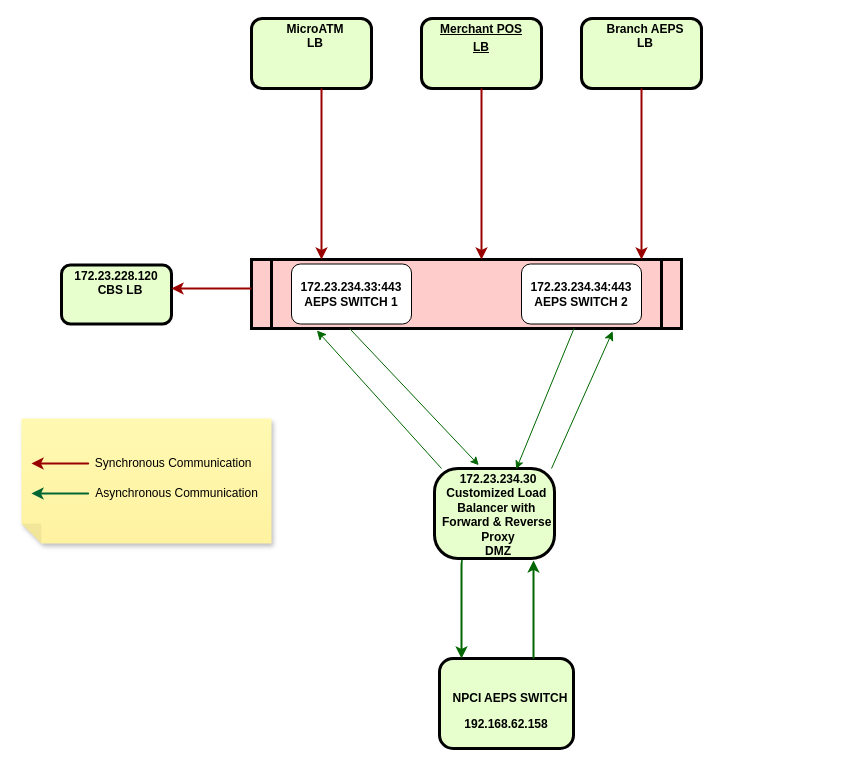
KrishnaST/corelib keeps this draw.io diagram as Untitled Diagram.drawio. Above is the earlier version. Source tidied: cells renumbered, new cells numbered last; positions are measured from the earlier drawing's top-left corner, leaving out a move shared by most shapes. Both pictures are drawn from the tidied source at 100%, with x=0, y=0 at pixel (21, 18).
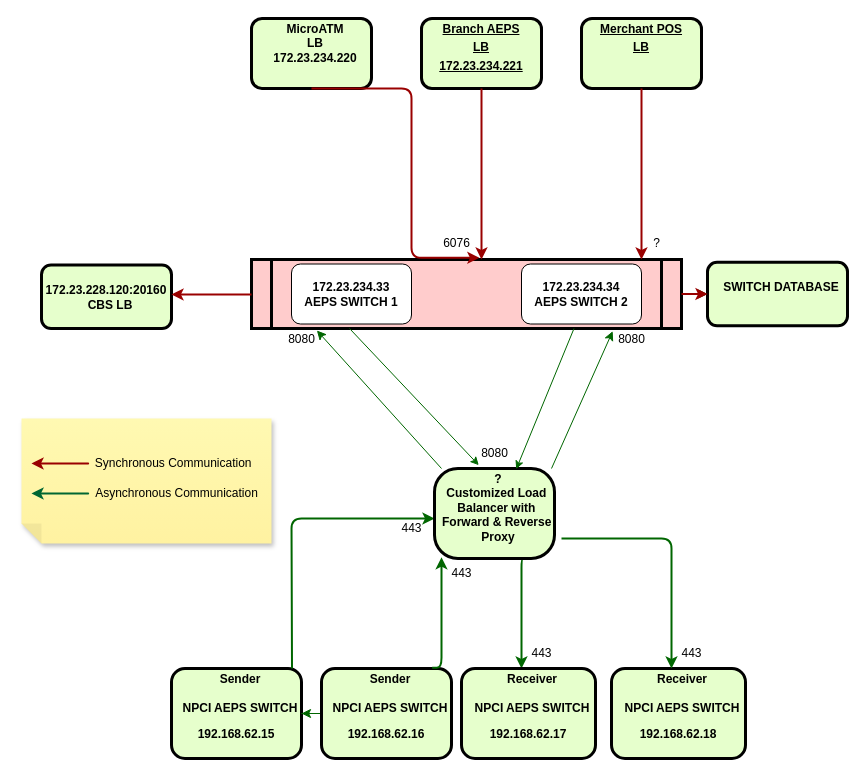
The same page after the edit.

Commit message:
IPPB FLOW

Unchanged cells that the change refers to:
```xml
<mxCell id="3" style="shape=process;whiteSpace=wrap;align=center;verticalAlign=middle;size=0.0475;fontStyle=1;strokeWidth=3;fillColor=#FFCCCC;" parent="1" vertex="1">
  <mxGeometry x="230" y="241" width="430" height="69" as="geometry" />
</mxCell>
```

The edit, as a diff of the source:
```diff
@@
-    <mxCell id="2" value="&lt;p style=&quot;margin: 0px; margin-top: 4px; text-align: center; text-decoration: underline;&quot;&gt;&lt;/p&gt;&lt;p style=&quot;margin: 0px; margin-left: 8px;&quot;&gt;MicroATM&lt;/p&gt;&lt;p style=&quot;margin: 0px; margin-left: 8px;&quot;&gt;LB&lt;/p&gt;&lt;p style=&quot;margin: 0px; margin-left: 8px;&quot;&gt;&lt;br&gt;&lt;/p&gt;" style="verticalAlign=middle;align=center;overflow=fill;fontSize=12;fontFamily=Helvetica;html=1;rounded=1;fontStyle=1;strokeWidth=3;fillColor=#E6FFCC;" parent="1" vertex="1">
+    <mxCell id="2" value="&lt;p style=&quot;margin: 0px; margin-top: 4px; text-align: center; text-decoration: underline;&quot;&gt;&lt;/p&gt;&lt;p style=&quot;margin: 0px; margin-left: 8px;&quot;&gt;MicroATM&lt;/p&gt;&lt;p style=&quot;margin: 0px; margin-left: 8px;&quot;&gt;LB&lt;/p&gt;&lt;p style=&quot;margin: 0px; margin-left: 8px;&quot;&gt;172.23.234.220&lt;/p&gt;" style="verticalAlign=middle;align=center;overflow=fill;fontSize=12;fontFamily=Helvetica;html=1;rounded=1;fontStyle=1;strokeWidth=3;fillColor=#E6FFCC;" parent="1" vertex="1">
       <mxGeometry x="230" width="120" height="70" as="geometry" />
     </mxCell>
+    <mxCell id="28" style="edgeStyle=orthogonalEdgeStyle;rounded=0;jettySize=auto;html=1;strokeColor=#006600;endSize=7;" parent="1" edge="1" source="3" target="39">
+      <mxGeometry relative="1" as="geometry" />
+    </mxCell>
@@
-    <mxCell id="4" value="&lt;p style=&quot;margin: 0px; margin-top: 4px; text-align: center; text-decoration: underline;&quot;&gt;Merchant POS&lt;/p&gt;&lt;p style=&quot;margin: 0px; margin-top: 4px; text-align: center; text-decoration: underline;&quot;&gt;LB&lt;/p&gt;" style="verticalAlign=middle;align=center;overflow=fill;fontSize=12;fontFamily=Helvetica;html=1;rounded=1;fontStyle=1;strokeWidth=3;fillColor=#E6FFCC;" parent="1" vertex="1">
+    <mxCell id="4" value="&lt;p style=&quot;margin: 4px 0px 0px;&quot;&gt;&lt;u&gt;Branch AEPS&lt;/u&gt;&lt;/p&gt;&lt;p style=&quot;margin: 4px 0px 0px;&quot;&gt;&lt;u&gt;LB&lt;/u&gt;&lt;/p&gt;&lt;p style=&quot;margin: 4px 0px 0px;&quot;&gt;&lt;u&gt;172.23.234.221&lt;/u&gt;&lt;/p&gt;" style="verticalAlign=middle;align=center;overflow=fill;fontSize=12;fontFamily=Helvetica;html=1;rounded=1;fontStyle=1;strokeWidth=3;fillColor=#E6FFCC;" parent="1" vertex="1">
       <mxGeometry x="400" width="120" height="70" as="geometry" />
     </mxCell>
-    <mxCell id="5" value="&lt;p style=&quot;margin: 0px; margin-top: 4px; text-align: center; text-decoration: underline;&quot;&gt;&lt;/p&gt;&lt;p style=&quot;margin: 0px; margin-left: 8px;&quot;&gt;Branch AEPS&lt;/p&gt;&lt;p style=&quot;margin: 0px; margin-left: 8px;&quot;&gt;LB&lt;/p&gt;&lt;p style=&quot;margin: 0px; margin-left: 8px;&quot;&gt;&lt;br&gt;&lt;/p&gt;" style="verticalAlign=middle;align=center;overflow=fill;fontSize=12;fontFamily=Helvetica;html=1;rounded=1;fontStyle=1;strokeWidth=3;fillColor=#E6FFCC;" parent="1" vertex="1">
+    <mxCell id="5" value="&lt;p style=&quot;margin: 0px; margin-top: 4px; text-align: center; text-decoration: underline;&quot;&gt;&lt;/p&gt;&lt;p style=&quot;text-decoration-line: underline; margin: 4px 0px 0px;&quot;&gt;Merchant POS&lt;/p&gt;&lt;p style=&quot;text-decoration-line: underline; margin: 4px 0px 0px;&quot;&gt;LB&lt;/p&gt;" style="verticalAlign=middle;align=center;overflow=fill;fontSize=12;fontFamily=Helvetica;html=1;rounded=1;fontStyle=1;strokeWidth=3;fillColor=#E6FFCC;" parent="1" vertex="1">
       <mxGeometry x="560" width="120" height="70" as="geometry" />
     </mxCell>
-    <mxCell id="6" value="&lt;p style=&quot;margin: 0px; margin-top: 4px; text-align: center; text-decoration: underline;&quot;&gt;&lt;/p&gt;172.23.228.120&lt;br&gt;&lt;p style=&quot;margin: 0px; margin-left: 8px;&quot;&gt;&lt;span style=&quot;background-color: initial;&quot;&gt;CBS LB&lt;/span&gt;&lt;br&gt;&lt;/p&gt;" style="verticalAlign=middle;align=center;overflow=fill;fontSize=12;fontFamily=Helvetica;html=1;rounded=1;fontStyle=1;strokeWidth=3;fillColor=#E6FFCC;" parent="1" vertex="1">
-      <mxGeometry x="40" y="246.5" width="110" height="59" as="geometry" />
+    <mxCell id="6" value="&lt;p style=&quot;margin: 0px; margin-top: 4px; text-align: center; text-decoration: underline;&quot;&gt;&lt;/p&gt;&lt;br&gt;172.23.228.120:20160&lt;br&gt;&lt;p style=&quot;margin: 0px; margin-left: 8px;&quot;&gt;&lt;span style=&quot;background-color: initial;&quot;&gt;CBS LB&lt;/span&gt;&lt;br&gt;&lt;/p&gt;" style="verticalAlign=middle;align=center;overflow=fill;fontSize=12;fontFamily=Helvetica;html=1;rounded=1;fontStyle=1;strokeWidth=3;fillColor=#E6FFCC;" parent="1" vertex="1">
+      <mxGeometry x="20" y="246.5" width="130" height="63.5" as="geometry" />
     </mxCell>
-    <mxCell id="7" value="&lt;p style=&quot;margin: 0px; margin-top: 4px; text-align: center; text-decoration: underline;&quot;&gt;&lt;/p&gt;&lt;p style=&quot;margin: 0px; margin-left: 8px;&quot;&gt;&lt;br&gt;&lt;/p&gt;&lt;p style=&quot;margin: 0px; margin-left: 8px;&quot;&gt;&lt;br&gt;&lt;/p&gt;&lt;p style=&quot;margin: 0px; margin-left: 8px;&quot;&gt;NPCI AEPS SWITCH&lt;/p&gt;&lt;p align=&quot;center&quot; class=&quot;MsoNormal&quot;&gt;&lt;span lang=&quot;EN-US&quot;&gt;192.168.62.158&lt;/span&gt;&lt;/p&gt;" style="verticalAlign=middle;align=center;overflow=fill;fontSize=12;fontFamily=Helvetica;html=1;rounded=1;fontStyle=1;strokeWidth=3;fillColor=#E6FFCC;" parent="1" vertex="1">
-      <mxGeometry x="418" y="640" width="134" height="90" as="geometry" />
+    <mxCell id="7" value="&lt;p style=&quot;margin: 0px; margin-top: 4px; text-align: center; text-decoration: underline;&quot;&gt;&lt;/p&gt;&lt;p style=&quot;margin: 0px; margin-left: 8px;&quot;&gt;&lt;span style=&quot;background-color: initial;&quot;&gt;Sender&lt;/span&gt;&lt;br&gt;&lt;/p&gt;&lt;p style=&quot;margin: 0px; margin-left: 8px;&quot;&gt;&lt;span style=&quot;background-color: initial;&quot;&gt;&lt;br&gt;&lt;/span&gt;&lt;/p&gt;&lt;p style=&quot;margin: 0px; margin-left: 8px;&quot;&gt;NPCI AEPS SWITCH&lt;/p&gt;&lt;p align=&quot;center&quot; class=&quot;MsoNormal&quot;&gt;&lt;span lang=&quot;EN-US&quot;&gt;192.168.62.15&lt;/span&gt;&lt;/p&gt;" style="verticalAlign=middle;align=center;overflow=fill;fontSize=12;fontFamily=Helvetica;html=1;rounded=1;fontStyle=1;strokeWidth=3;fillColor=#E6FFCC;" parent="1" vertex="1">
+      <mxGeometry x="150" y="650" width="130" height="90" as="geometry" />
     </mxCell>
-    <mxCell id="8" style="edgeStyle=elbowEdgeStyle;elbow=horizontal;strokeColor=#990000;strokeWidth=2;" parent="1" edge="1" source="2" target="3">
+    <mxCell id="8" style="edgeStyle=elbowEdgeStyle;elbow=horizontal;strokeColor=#990000;strokeWidth=2;entryX=0.53;entryY=-0.024;entryDx=0;entryDy=0;entryPerimeter=0;exitX=0.5;exitY=1;exitDx=0;exitDy=0;" parent="1" edge="1" source="2" target="3">
       <mxGeometry relative="1" as="geometry">
         <Array as="points">
+          <mxPoint x="390" y="90" />
+          <mxPoint x="420" y="200" />
+          <mxPoint x="290" y="100" />
+          <mxPoint x="350" y="100" />
+          <mxPoint x="360" y="80" />
+          <mxPoint x="420" y="220" />
+          <mxPoint x="390" y="170" />
+          <mxPoint x="360" y="100" />
+          <mxPoint x="460" y="240" />
           <mxPoint x="300" y="80" />
           <mxPoint x="260" y="50" />
           <mxPoint x="280" y="70" />
           <mxPoint x="290" y="100" />
           <mxPoint x="300" y="120" />
           <mxPoint x="280" y="210" />
         </Array>
       </mxGeometry>
     </mxCell>
@@
-    <mxCell id="11" style="edgeStyle=elbowEdgeStyle;elbow=horizontal;strokeColor=#006600;strokeWidth=2;exitX=0.25;exitY=1;exitDx=0;exitDy=0;" parent="1" edge="1" source="23">
+    <mxCell id="11" style="edgeStyle=elbowEdgeStyle;elbow=horizontal;strokeColor=#006600;strokeWidth=2;exitX=0.75;exitY=1;exitDx=0;exitDy=0;" parent="1" edge="1" source="23">
       <mxGeometry relative="1" as="geometry">
-        <mxPoint x="440" y="640" as="targetPoint" />
+        <mxPoint x="500" y="650" as="targetPoint" />
         <Array as="points">
+          <mxPoint x="500" y="600" />
+          <mxPoint x="500" y="660" />
+          <mxPoint x="500" y="640" />
+          <mxPoint x="500" y="630" />
+          <mxPoint x="500" y="650" />
+          <mxPoint x="440" y="590" />
+          <mxPoint x="430" y="610" />
+          <mxPoint x="440" y="600" />
+          <mxPoint x="440" y="620" />
+          <mxPoint x="440" y="630" />
+          <mxPoint x="440" y="650" />
           <mxPoint x="440" y="580" />
-          <mxPoint x="430" y="600" />
-          <mxPoint x="440" y="590" />
-          <mxPoint x="440" y="610" />
-          <mxPoint x="440" y="620" />
-          <mxPoint x="440" y="640" />
-          <mxPoint x="440" y="570" />
-          <mxPoint x="380" y="410" />
-          <mxPoint x="360" y="410" />
-          <mxPoint x="390" y="320" />
+          <mxPoint x="380" y="420" />
+          <mxPoint x="360" y="420" />
+          <mxPoint x="390" y="330" />
         </Array>
       </mxGeometry>
     </mxCell>
-    <mxCell id="12" style="edgeStyle=elbowEdgeStyle;elbow=horizontal;strokeColor=#006600;strokeWidth=2;entryX=0.828;entryY=1.022;entryDx=0;entryDy=0;entryPerimeter=0;" parent="1" edge="1" source="7" target="23">
+    <mxCell id="12" style="edgeStyle=elbowEdgeStyle;elbow=horizontal;strokeColor=#006600;strokeWidth=2;" parent="1" edge="1">
       <mxGeometry relative="1" as="geometry">
+        <mxPoint x="270.5" y="650" as="sourcePoint" />
+        <mxPoint x="413" y="500" as="targetPoint" />
         <Array as="points">
-          <mxPoint x="512" y="590" />
-          <mxPoint x="510" y="570" />
-          <mxPoint x="500" y="580" />
-          <mxPoint x="410" y="550" />
-          <mxPoint x="410" y="490" />
-          <mxPoint x="520" y="410" />
-          <mxPoint x="480" y="470" />
-          <mxPoint x="490" y="440" />
-          <mxPoint x="450" y="430" />
-          <mxPoint x="440" y="400" />
-          <mxPoint x="410" y="320" />
+          <mxPoint x="270" y="570" />
+          <mxPoint x="313" y="510" />
+          <mxPoint x="193" y="590" />
+          <mxPoint x="233" y="550" />
+          <mxPoint x="243" y="540" />
+          <mxPoint x="293" y="520" />
+          <mxPoint x="465" y="540" />
+          <mxPoint x="463" y="520" />
+          <mxPoint x="453" y="530" />
+          <mxPoint x="363" y="500" />
+          <mxPoint x="363" y="440" />
+          <mxPoint x="473" y="360" />
+          <mxPoint x="433" y="420" />
+          <mxPoint x="443" y="390" />
+          <mxPoint x="403" y="380" />
+          <mxPoint x="393" y="350" />
+          <mxPoint x="363" y="270" />
         </Array>
       </mxGeometry>
     </mxCell>
     <mxCell id="13" style="edgeStyle=elbowEdgeStyle;elbow=horizontal;strokeColor=#990000;strokeWidth=2;" parent="1" edge="1" source="3" target="6">
       <mxGeometry relative="1" as="geometry">
         <Array as="points">
+          <mxPoint x="190" y="276" />
           <mxPoint x="170" y="270" />
           <mxPoint x="200" y="266" />
           <mxPoint x="250" y="320" />
         </Array>
       </mxGeometry>
     </mxCell>
@@
-    <mxCell id="21" value="&lt;b&gt;172.23.234.33:443&lt;/b&gt;&lt;br&gt;&lt;b&gt;AEPS SWITCH 1&lt;/b&gt;" style="rounded=1;whiteSpace=wrap;html=1;" parent="1" vertex="1">
+    <mxCell id="21" value="&lt;b&gt;172.23.234.33&lt;/b&gt;&lt;br&gt;&lt;b&gt;AEPS SWITCH 1&lt;/b&gt;" style="rounded=1;whiteSpace=wrap;html=1;" parent="1" vertex="1">
       <mxGeometry x="270" y="245.5" width="120" height="60" as="geometry" />
     </mxCell>
-    <mxCell id="22" value="&lt;b&gt;172.23.234.34:443&lt;br&gt;AEPS SWITCH 2&lt;/b&gt;" style="rounded=1;whiteSpace=wrap;html=1;" parent="1" vertex="1">
+    <mxCell id="22" value="&lt;b&gt;172.23.234.34&lt;br&gt;AEPS SWITCH 2&lt;/b&gt;" style="rounded=1;whiteSpace=wrap;html=1;" parent="1" vertex="1">
       <mxGeometry x="500" y="245.5" width="120" height="60" as="geometry" />
     </mxCell>
-    <mxCell id="23" value="&lt;p style=&quot;margin: 0px; margin-top: 4px; text-align: center; text-decoration: underline;&quot;&gt;&lt;/p&gt;&lt;p style=&quot;margin: 0px; margin-left: 8px;&quot;&gt;&lt;span style=&quot;background-color: initial;&quot;&gt;172.23.234.30&lt;/span&gt;&lt;/p&gt;&lt;p style=&quot;margin: 0px; margin-left: 8px;&quot;&gt;&lt;span style=&quot;background-color: initial;&quot;&gt;Customized Load&amp;nbsp;&lt;/span&gt;&lt;/p&gt;&lt;p style=&quot;margin: 0px; margin-left: 8px;&quot;&gt;Balancer with&amp;nbsp;&lt;/p&gt;&lt;p style=&quot;margin: 0px; margin-left: 8px;&quot;&gt;Forward &amp;amp; Reverse&amp;nbsp;&lt;/p&gt;&lt;p style=&quot;margin: 0px; margin-left: 8px;&quot;&gt;Proxy&lt;/p&gt;&lt;p style=&quot;margin: 0px; margin-left: 8px;&quot;&gt;DMZ&lt;/p&gt;&lt;p style=&quot;margin: 0px; margin-left: 8px;&quot;&gt;&lt;br&gt;&lt;/p&gt;" style="verticalAlign=middle;align=center;overflow=fill;fontSize=12;fontFamily=Helvetica;html=1;rounded=1;fontStyle=1;strokeWidth=3;fillColor=#E6FFCC;arcSize=26;" parent="1" vertex="1">
+    <mxCell id="23" value="&lt;p style=&quot;margin: 0px; margin-top: 4px; text-align: center; text-decoration: underline;&quot;&gt;&lt;/p&gt;&lt;p style=&quot;margin: 0px; margin-left: 8px;&quot;&gt;&lt;span style=&quot;background-color: initial;&quot;&gt;?&lt;/span&gt;&lt;/p&gt;&lt;p style=&quot;margin: 0px; margin-left: 8px;&quot;&gt;&lt;span style=&quot;background-color: initial;&quot;&gt;Customized Load&amp;nbsp;&lt;/span&gt;&lt;br&gt;&lt;/p&gt;&lt;p style=&quot;margin: 0px; margin-left: 8px;&quot;&gt;Balancer with&amp;nbsp;&lt;/p&gt;&lt;p style=&quot;margin: 0px; margin-left: 8px;&quot;&gt;Forward &amp;amp; Reverse&amp;nbsp;&lt;/p&gt;&lt;p style=&quot;margin: 0px; margin-left: 8px;&quot;&gt;Proxy&lt;/p&gt;&lt;p style=&quot;margin: 0px; margin-left: 8px;&quot;&gt;&lt;br&gt;&lt;/p&gt;&lt;p style=&quot;margin: 0px; margin-left: 8px;&quot;&gt;&lt;br&gt;&lt;/p&gt;" style="verticalAlign=middle;align=center;overflow=fill;fontSize=12;fontFamily=Helvetica;html=1;rounded=1;fontStyle=1;strokeWidth=3;fillColor=#E6FFCC;arcSize=26;" parent="1" vertex="1">
       <mxGeometry x="413" y="450" width="120" height="90" as="geometry" />
     </mxCell>
@@
+    <mxCell id="29" value="&lt;p style=&quot;margin: 0px; margin-top: 4px; text-align: center; text-decoration: underline;&quot;&gt;&lt;/p&gt;&lt;p style=&quot;margin: 0px; margin-left: 8px;&quot;&gt;Receiver&lt;/p&gt;&lt;p style=&quot;margin: 0px; margin-left: 8px;&quot;&gt;&lt;br&gt;&lt;/p&gt;&lt;p style=&quot;margin: 0px; margin-left: 8px;&quot;&gt;NPCI AEPS SWITCH&lt;/p&gt;&lt;p align=&quot;center&quot; class=&quot;MsoNormal&quot;&gt;&lt;span lang=&quot;EN-US&quot;&gt;192.168.62.18&lt;/span&gt;&lt;/p&gt;&lt;p align=&quot;center&quot; class=&quot;MsoNormal&quot;&gt;&lt;span lang=&quot;EN-US&quot;&gt;&lt;br&gt;&lt;/span&gt;&lt;/p&gt;" style="verticalAlign=middle;align=center;overflow=fill;fontSize=12;fontFamily=Helvetica;html=1;rounded=1;fontStyle=1;strokeWidth=3;fillColor=#E6FFCC;" parent="1" vertex="1">
+      <mxGeometry x="590" y="650" width="134" height="90" as="geometry" />
+    </mxCell>
+    <mxCell id="30" style="edgeStyle=orthogonalEdgeStyle;rounded=0;jettySize=auto;html=1;strokeColor=#006600;endSize=7;" parent="1" edge="1" source="31" target="7">
+      <mxGeometry relative="1" as="geometry" />
+    </mxCell>
+    <mxCell id="31" value="&lt;p style=&quot;margin: 0px; margin-top: 4px; text-align: center; text-decoration: underline;&quot;&gt;&lt;/p&gt;&lt;p style=&quot;margin: 0px; margin-left: 8px;&quot;&gt;&lt;span style=&quot;background-color: initial;&quot;&gt;Sender&lt;/span&gt;&lt;br&gt;&lt;/p&gt;&lt;p style=&quot;margin: 0px; margin-left: 8px;&quot;&gt;&lt;span style=&quot;background-color: initial;&quot;&gt;&lt;br&gt;&lt;/span&gt;&lt;/p&gt;&lt;p style=&quot;margin: 0px; margin-left: 8px;&quot;&gt;NPCI AEPS SWITCH&lt;/p&gt;&lt;p align=&quot;center&quot; class=&quot;MsoNormal&quot;&gt;&lt;span lang=&quot;EN-US&quot;&gt;192.168.62.16&lt;/span&gt;&lt;/p&gt;" style="verticalAlign=middle;align=center;overflow=fill;fontSize=12;fontFamily=Helvetica;html=1;rounded=1;fontStyle=1;strokeWidth=3;fillColor=#E6FFCC;" parent="1" vertex="1">
+      <mxGeometry x="300" y="650" width="130" height="90" as="geometry" />
+    </mxCell>
+    <mxCell id="32" value="&lt;p style=&quot;margin: 0px; margin-top: 4px; text-align: center; text-decoration: underline;&quot;&gt;&lt;/p&gt;&lt;p style=&quot;margin: 0px; margin-left: 8px;&quot;&gt;Receiver&lt;/p&gt;&lt;p style=&quot;margin: 0px; margin-left: 8px;&quot;&gt;&lt;br&gt;&lt;/p&gt;&lt;p style=&quot;margin: 0px; margin-left: 8px;&quot;&gt;NPCI AEPS SWITCH&lt;/p&gt;&lt;p align=&quot;center&quot; class=&quot;MsoNormal&quot;&gt;&lt;span lang=&quot;EN-US&quot;&gt;192.168.62.17&lt;/span&gt;&lt;/p&gt;" style="verticalAlign=middle;align=center;overflow=fill;fontSize=12;fontFamily=Helvetica;html=1;rounded=1;fontStyle=1;strokeWidth=3;fillColor=#E6FFCC;" parent="1" vertex="1">
+      <mxGeometry x="440" y="650" width="134" height="90" as="geometry" />
+    </mxCell>
+    <mxCell id="33" style="edgeStyle=elbowEdgeStyle;elbow=horizontal;strokeColor=#006600;strokeWidth=2;" parent="1" edge="1">
+      <mxGeometry relative="1" as="geometry">
+        <mxPoint x="540" y="520" as="sourcePoint" />
+        <mxPoint x="650" y="650" as="targetPoint" />
+        <Array as="points">
+          <mxPoint x="650" y="580" />
+          <mxPoint x="660" y="650" />
+          <mxPoint x="660" y="630" />
+          <mxPoint x="660" y="620" />
+          <mxPoint x="660" y="640" />
+          <mxPoint x="600" y="580" />
+          <mxPoint x="590" y="600" />
+          <mxPoint x="600" y="590" />
+          <mxPoint x="600" y="610" />
+          <mxPoint x="600" y="620" />
+          <mxPoint x="600" y="640" />
+          <mxPoint x="600" y="570" />
+          <mxPoint x="540" y="410" />
+          <mxPoint x="520" y="410" />
+          <mxPoint x="550" y="320" />
+        </Array>
+      </mxGeometry>
+    </mxCell>
+    <mxCell id="34" style="edgeStyle=elbowEdgeStyle;elbow=horizontal;strokeColor=#006600;strokeWidth=2;exitX=0.851;exitY=-0.007;exitDx=0;exitDy=0;exitPerimeter=0;entryX=0.064;entryY=0.985;entryDx=0;entryDy=0;entryPerimeter=0;" parent="1" edge="1" source="31" target="23">
+      <mxGeometry relative="1" as="geometry">
+        <Array as="points">
+          <mxPoint x="420" y="540" />
+          <mxPoint x="420" y="580" />
+          <mxPoint x="363" y="520" />
+          <mxPoint x="243" y="600" />
+          <mxPoint x="283" y="560" />
+          <mxPoint x="293" y="550" />
+          <mxPoint x="343" y="530" />
+          <mxPoint x="515" y="550" />
+          <mxPoint x="513" y="530" />
+          <mxPoint x="503" y="540" />
+          <mxPoint x="413" y="510" />
+          <mxPoint x="413" y="450" />
+          <mxPoint x="523" y="370" />
+          <mxPoint x="483" y="430" />
+          <mxPoint x="493" y="400" />
+          <mxPoint x="453" y="390" />
+          <mxPoint x="443" y="360" />
+          <mxPoint x="413" y="280" />
+        </Array>
+      </mxGeometry>
+    </mxCell>
+    <mxCell id="35" value="6076" style="text;html=1;align=center;verticalAlign=middle;fillColor=none;strokeColor=none;rounded=0;" parent="1" vertex="1">
+      <mxGeometry x="410" y="210" width="50" height="30" as="geometry" />
+    </mxCell>
+    <mxCell id="36" value="?" style="text;html=1;align=center;verticalAlign=middle;fillColor=none;strokeColor=none;rounded=0;" parent="1" vertex="1">
+      <mxGeometry x="620" y="210" width="30" height="30" as="geometry" />
+    </mxCell>
+    <mxCell id="37" value="8080" style="text;html=1;align=center;verticalAlign=middle;fillColor=none;strokeColor=none;rounded=0;" parent="1" vertex="1">
+      <mxGeometry x="255" y="305.5" width="50" height="30" as="geometry" />
+    </mxCell>
+    <mxCell id="38" value="8080" style="text;html=1;align=center;verticalAlign=middle;fillColor=none;strokeColor=none;rounded=0;" parent="1" vertex="1">
+      <mxGeometry x="585" y="305.5" width="50" height="30" as="geometry" />
+    </mxCell>
+    <mxCell id="39" value="&lt;p style=&quot;margin: 0px; margin-top: 4px; text-align: center; text-decoration: underline;&quot;&gt;&lt;/p&gt;&lt;br&gt;&lt;p style=&quot;margin: 0px; margin-left: 8px;&quot;&gt;&lt;span style=&quot;background-color: initial;&quot;&gt;SWITCH DATABASE&lt;/span&gt;&lt;br&gt;&lt;/p&gt;&lt;p style=&quot;margin: 0px; margin-left: 8px;&quot;&gt;&lt;span style=&quot;background-color: initial;&quot;&gt;&lt;br&gt;&lt;/span&gt;&lt;/p&gt;" style="verticalAlign=middle;align=center;overflow=fill;fontSize=12;fontFamily=Helvetica;html=1;rounded=1;fontStyle=1;strokeWidth=3;fillColor=#E6FFCC;" parent="1" vertex="1">
+      <mxGeometry x="686" y="243.8" width="140" height="63.5" as="geometry" />
+    </mxCell>
+    <mxCell id="40" style="edgeStyle=elbowEdgeStyle;elbow=horizontal;strokeColor=#990000;strokeWidth=2;entryX=0;entryY=0.5;entryDx=0;entryDy=0;exitX=1;exitY=0.5;exitDx=0;exitDy=0;" parent="1" edge="1" source="3" target="39">
+      <mxGeometry relative="1" as="geometry">
+        <Array as="points">
+          <mxPoint x="680" y="276" />
+          <mxPoint x="710" y="260" />
+          <mxPoint x="650" y="280" />
+          <mxPoint x="630" y="274" />
+          <mxPoint x="660" y="270" />
+          <mxPoint x="710" y="324" />
+        </Array>
+      </mxGeometry>
+    </mxCell>
+    <mxCell id="41" value="443" style="text;html=1;align=center;verticalAlign=middle;fillColor=none;strokeColor=none;rounded=0;" parent="1" vertex="1">
+      <mxGeometry x="370" y="495" width="40" height="30" as="geometry" />
+    </mxCell>
+    <mxCell id="42" value="443" style="text;html=1;align=center;verticalAlign=middle;fillColor=none;strokeColor=none;rounded=0;" parent="1" vertex="1">
+      <mxGeometry x="500" y="620" width="40" height="30" as="geometry" />
+    </mxCell>
+    <mxCell id="43" value="443" style="text;html=1;align=center;verticalAlign=middle;fillColor=none;strokeColor=none;rounded=0;" parent="1" vertex="1">
+      <mxGeometry x="420" y="540" width="40" height="30" as="geometry" />
+    </mxCell>
+    <mxCell id="44" value="443" style="text;html=1;align=center;verticalAlign=middle;fillColor=none;strokeColor=none;rounded=0;" parent="1" vertex="1">
+      <mxGeometry x="650" y="620" width="40" height="30" as="geometry" />
+    </mxCell>
+    <mxCell id="45" value="8080" style="text;html=1;align=center;verticalAlign=middle;fillColor=none;strokeColor=none;rounded=0;" parent="1" vertex="1">
+      <mxGeometry x="448" y="420" width="50" height="30" as="geometry" />
+    </mxCell>
```
